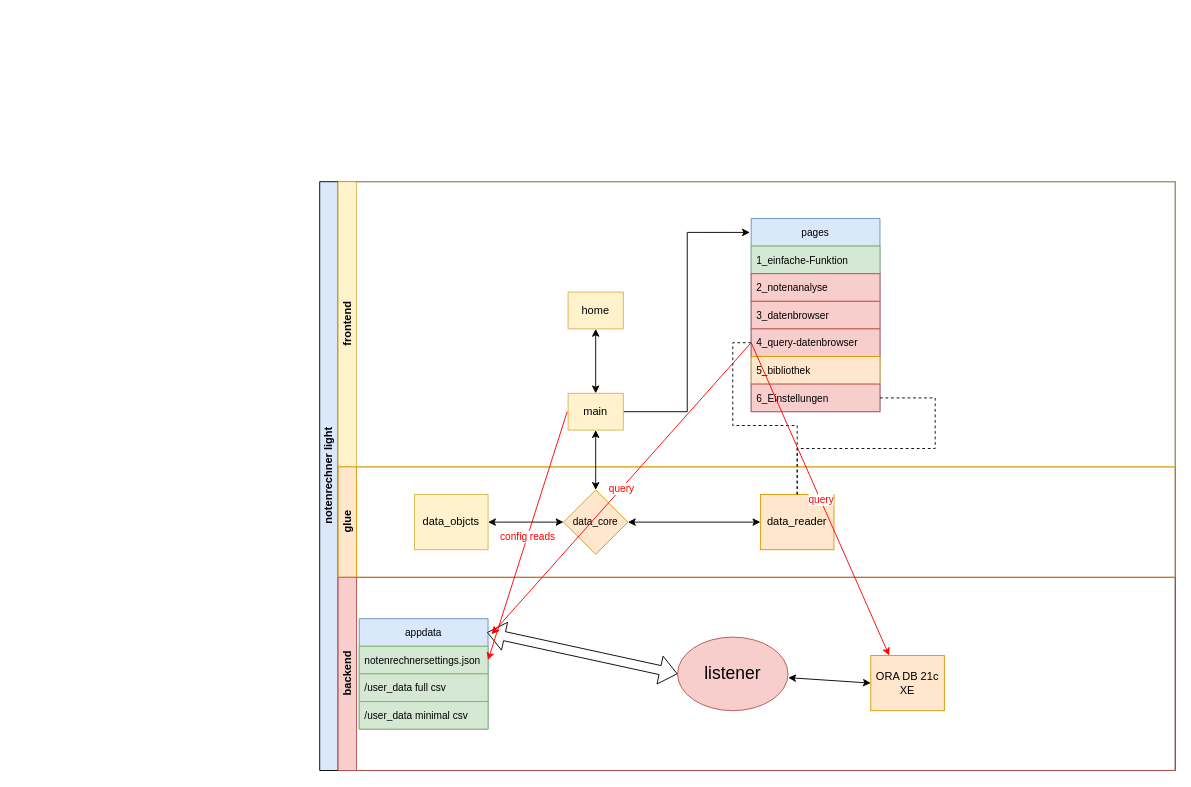
Above: documentation/technical/general_structure.drawio in fabischw/notenrechner-light (draw.io), before the change. Source tidied: cells renumbered, new cells numbered last; positions are measured from the earlier drawing's top-left corner, leaving out a move shared by most shapes. Both pictures are drawn from the tidied source at 92%, with x=0, y=0 at pixel (319, 181).
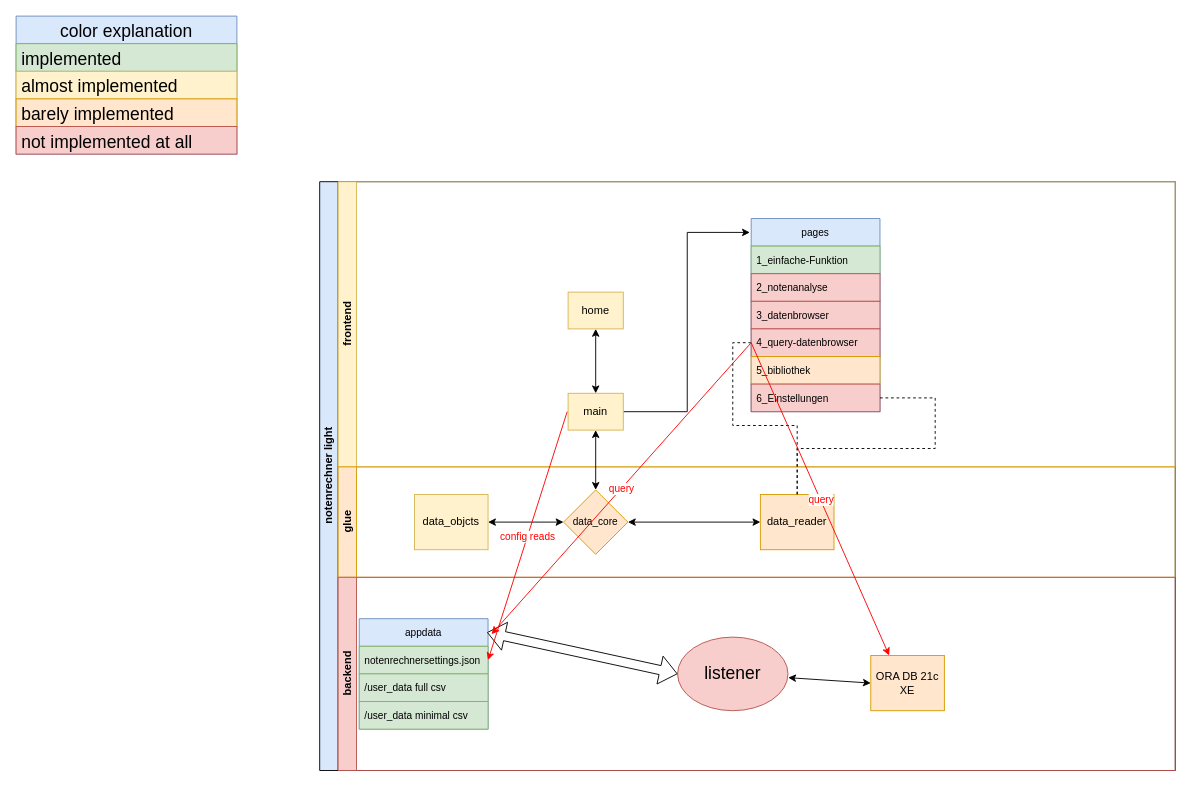
Above is the later version.

Commit message (it also covers changes not shown here):
added legend to program layout

Change to the diagram source:
```diff
@@
+    <mxCell id="39" value="color explanation" style="swimlane;fontStyle=0;horizontal=1;startSize=30;labelBackgroundColor=none;strokeColor=#6c8ebf;fontSize=19;fillColor=#dae8fc;" parent="1" vertex="1">
+      <mxGeometry x="-330" y="-180" width="240" height="150" as="geometry" />
+    </mxCell>
+    <mxCell id="40" value="implemented" style="text;strokeColor=#82b366;fillColor=#d5e8d4;align=left;verticalAlign=middle;spacingLeft=4;spacingRight=4;overflow=hidden;labelBackgroundColor=none;fontSize=19;" parent="39" vertex="1">
+      <mxGeometry y="30" width="240" height="30" as="geometry" />
+    </mxCell>
+    <mxCell id="41" value="almost implemented" style="text;strokeColor=#d6b656;fillColor=#fff2cc;align=left;verticalAlign=middle;spacingLeft=4;spacingRight=4;overflow=hidden;labelBackgroundColor=none;fontSize=19;" parent="39" vertex="1">
+      <mxGeometry y="60" width="240" height="30" as="geometry" />
+    </mxCell>
+    <mxCell id="42" value="barely implemented" style="text;strokeColor=#d79b00;fillColor=#ffe6cc;align=left;verticalAlign=middle;spacingLeft=4;spacingRight=4;overflow=hidden;labelBackgroundColor=none;fontSize=19;" parent="39" vertex="1">
+      <mxGeometry y="90" width="240" height="30" as="geometry" />
+    </mxCell>
+    <mxCell id="43" value="not implemented at all" style="text;strokeColor=#b85450;fillColor=#f8cecc;align=left;verticalAlign=middle;spacingLeft=4;spacingRight=4;overflow=hidden;labelBackgroundColor=none;fontSize=19;" parent="39" vertex="1">
+      <mxGeometry y="120" width="240" height="30" as="geometry" />
+    </mxCell>
```
